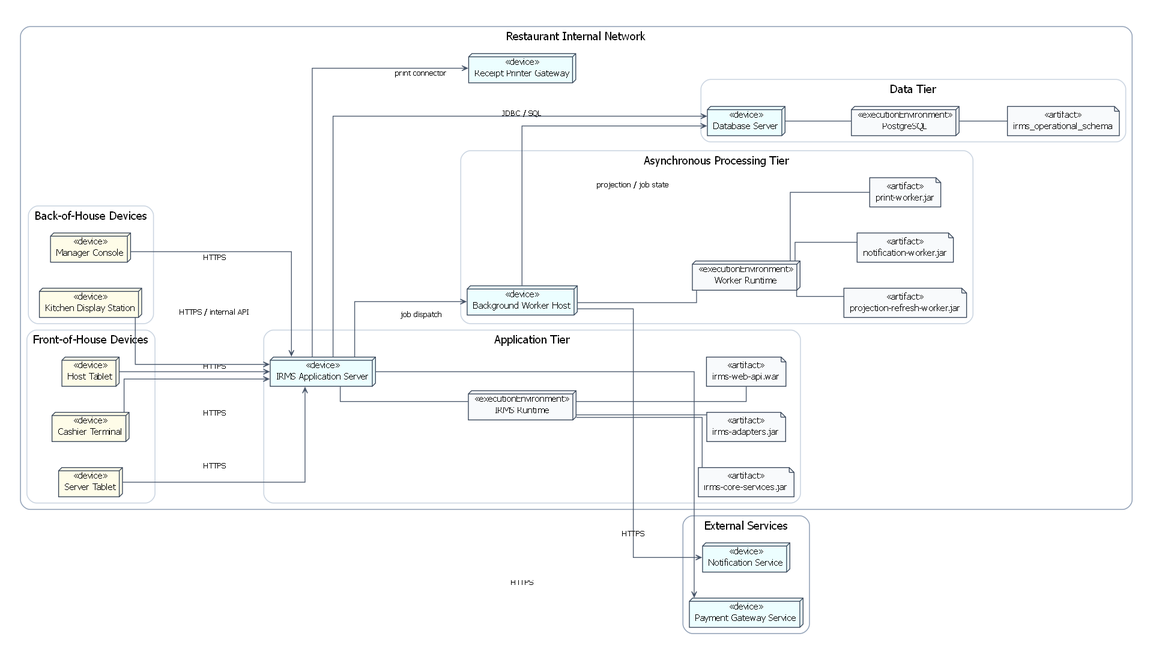
Above: assets/diagrams/rendered/architecture/15_deployment_diagram_physical_deployment.png in lehoangluan1/SA_IRMS (Graphviz), before the change. Its source is kept beside it as assets/diagrams/source/architecture/15_deployment_diagram_physical_deployment.dot.
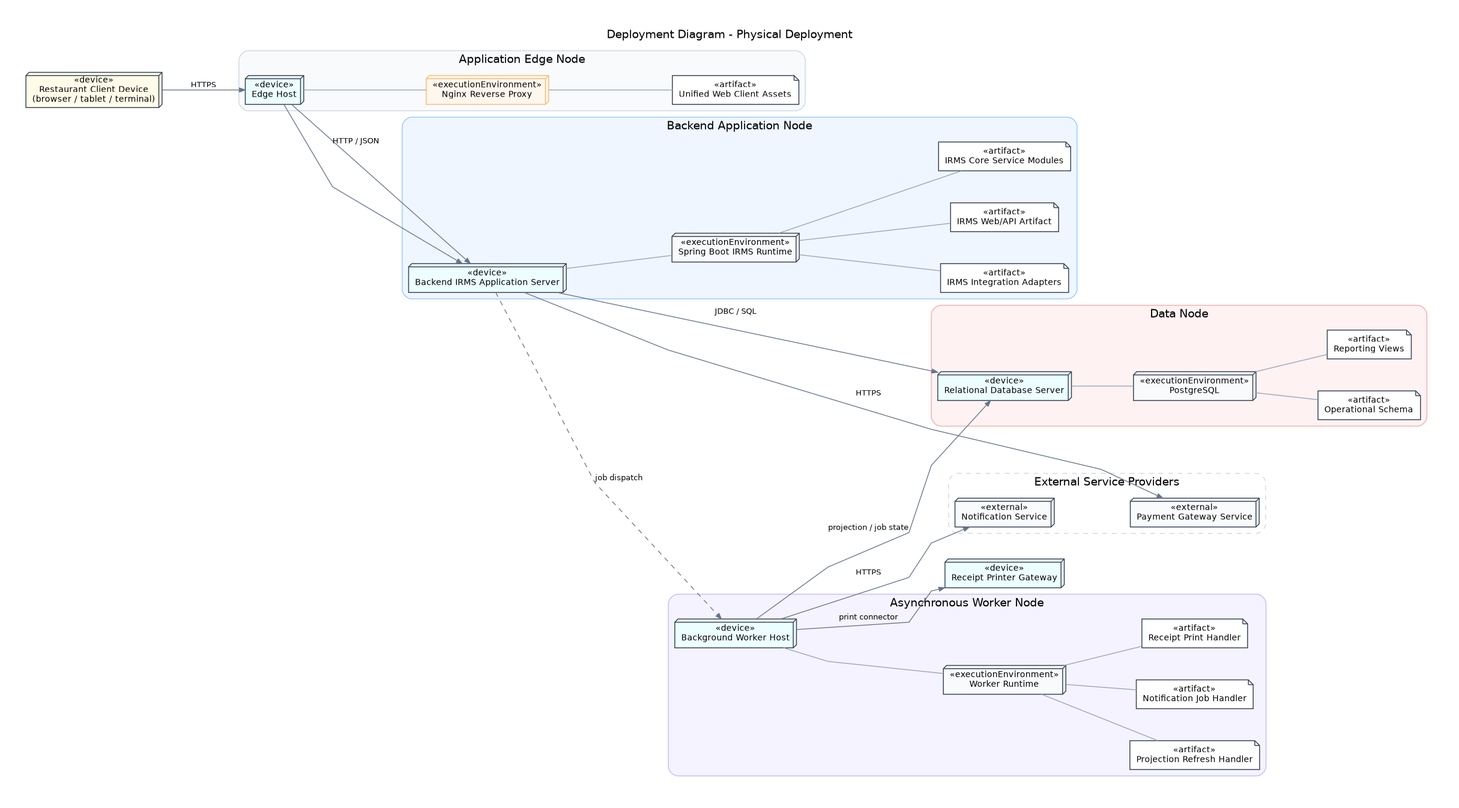
The same file after the commit.

What changed in the source:
```diff
@@ -1,94 +1,124 @@
 digraph G {
-  rankdir=LR;
+  graph [
+    rankdir=LR,
+    compound=true,
+    newrank=true,
+    bgcolor="white",
+    pad=0.45,
+    nodesep=0.55,
+    ranksep=1.0,
+    splines=polyline,
+    fontname="DejaVu Sans",
+    labelloc="t",
+    label="Deployment Diagram - Physical Deployment"
+  ];
 
-  graph [bgcolor="white", pad=0.35, nodesep=0.45, ranksep=0.7, splines=ortho, fontname="DejaVu Sans"];
-  node [fontname="DejaVu Sans", fontsize=11, color="#334155"];
-  edge [fontname="DejaVu Sans", fontsize=10, color="#475569", arrowsize=0.7];
+  node [fontname="DejaVu Sans", fontsize=10.8, color="#334155", penwidth=1.1, style="filled"];
+  edge [fontname="DejaVu Sans", fontsize=9.6, color="#64748B", penwidth=1.0, arrowsize=0.72];
 
-  node [shape=box3d, style="filled", fillcolor="#ECFEFF", fontname="DejaVu Sans", fontsize=11, color="#334155"];
-  subgraph cluster_internal {
-    label="Restaurant Internal Network"; labelloc=t; fontsize=14; style="rounded"; color="#94A3B8"; penwidth=1.2;
-    subgraph cluster_foh {
-      label="Front-of-House Devices"; color="#CBD5E1"; style="rounded";
-      "Host_Tablet" [label="«device»
-Host Tablet", fillcolor="#FEFCE8"];
-      "Server_Tablet" [label="«device»
-Server Tablet", fillcolor="#FEFCE8"];
-      "Cashier_Terminal" [label="«device»
-Cashier Terminal", fillcolor="#FEFCE8"];
-    }
-    subgraph cluster_boh {
-      label="Back-of-House Devices"; color="#CBD5E1"; style="rounded";
-      "Kitchen_Display_Station" [label="«device»
-Kitchen Display Station", fillcolor="#FEFCE8"];
-      "Manager_Console" [label="«device»
-Manager Console", fillcolor="#FEFCE8"];
-    }
-    subgraph cluster_app_server {
-      label="Application Tier"; color="#CBD5E1"; style="rounded";
-      "APP" [label="«device»
-IRMS Application Server"];
-      "APP_RUNTIME" [label="«executionEnvironment»
-IRMS Runtime", fillcolor="#F8FAFC"];
-      "ART_WEB" [label="«artifact»
-irms-web-api.war", shape=note, fillcolor="#F8FAFC"];
-      "ART_CORE" [label="«artifact»
-irms-core-services.jar", shape=note, fillcolor="#F8FAFC"];
-      "ART_ADAPTERS" [label="«artifact»
-irms-adapters.jar", shape=note, fillcolor="#F8FAFC"];
-      "APP" -> "APP_RUNTIME" [arrowhead=none];
-      "APP_RUNTIME" -> "ART_WEB" [arrowhead=none];
-      "APP_RUNTIME" -> "ART_CORE" [arrowhead=none];
-      "APP_RUNTIME" -> "ART_ADAPTERS" [arrowhead=none];
-    }
-    subgraph cluster_worker {
-      label="Asynchronous Processing Tier"; color="#CBD5E1"; style="rounded";
-      "WORKER" [label="«device»
+  browser [shape=box3d, fillcolor="#FEFCE8", label="«device»
+Restaurant Client Device
+(browser / tablet / terminal)"];
+
+  subgraph cluster_edge {
+    label="Application Edge Node";
+    color="#CBD5E1";
+    style="rounded,filled";
+    fillcolor="#F8FAFC";
+    edgehost [shape=box3d, fillcolor="#ECFEFF", label="«device»
+Edge Host"];
+    nginx [shape=box3d, fillcolor="#FFF7ED", color="#FDBA74", label="«executionEnvironment»
+Nginx Reverse Proxy"];
+    ui    [shape=note, fillcolor="#FFFFFF", label="«artifact»
+Unified Web Client Assets"];
+    edgehost -> nginx [arrowhead=none, color="#94A3B8"];
+    nginx -> ui [arrowhead=none, color="#94A3B8"];
+  }
+
+  subgraph cluster_appserver {
+    label="Backend Application Node";
+    color="#93C5FD";
+    style="rounded,filled";
+    fillcolor="#EFF6FF";
+    apphost [shape=box3d, fillcolor="#ECFEFF", label="«device»
+Backend IRMS Application Server"];
+    apprt [shape=box3d, fillcolor="#F8FAFC", label="«executionEnvironment»
+Spring Boot IRMS Runtime"];
+    api   [shape=note, fillcolor="#FFFFFF", label="«artifact»
+IRMS Web/API Artifact"];
+    core  [shape=note, fillcolor="#FFFFFF", label="«artifact»
+IRMS Core Service Modules"];
+    adapt [shape=note, fillcolor="#FFFFFF", label="«artifact»
+IRMS Integration Adapters"];
+    apphost -> apprt [arrowhead=none, color="#94A3B8"];
+    apprt -> api [arrowhead=none, color="#94A3B8"];
+    apprt -> core [arrowhead=none, color="#94A3B8"];
+    apprt -> adapt [arrowhead=none, color="#94A3B8"];
+  }
+
+  subgraph cluster_worker {
+    label="Asynchronous Worker Node";
+    color="#C4B5FD";
+    style="rounded,filled";
+    fillcolor="#F5F3FF";
+    workerh [shape=box3d, fillcolor="#ECFEFF", label="«device»
 Background Worker Host"];
-      "WORKER_RUNTIME" [label="«executionEnvironment»
-Worker Runtime", fillcolor="#F8FAFC"];
-      "ART_NOTIFY" [label="«artifact»
-notification-worker.jar", shape=note, fillcolor="#F8FAFC"];
-      "ART_PRINT" [label="«artifact»
-print-worker.jar", shape=note, fillcolor="#F8FAFC"];
-      "ART_PROJ" [label="«artifact»
-projection-refresh-worker.jar", shape=note, fillcolor="#F8FAFC"];
-      "WORKER" -> "WORKER_RUNTIME" [arrowhead=none];
-      "WORKER_RUNTIME" -> "ART_NOTIFY" [arrowhead=none];
-      "WORKER_RUNTIME" -> "ART_PRINT" [arrowhead=none];
-      "WORKER_RUNTIME" -> "ART_PROJ" [arrowhead=none];
-    }
-    subgraph cluster_db {
-      label="Data Tier"; color="#CBD5E1"; style="rounded";
-      "DB_SERVER" [label="«device»
-Database Server"];
-      "DBMS" [label="«executionEnvironment»
-PostgreSQL", fillcolor="#F8FAFC"];
-      "SCHEMA" [label="«artifact»
-irms_operational_schema", shape=note, fillcolor="#F8FAFC"];
-      "DB_SERVER" -> "DBMS" [arrowhead=none];
-      "DBMS" -> "SCHEMA" [arrowhead=none];
-    }
-    "PRN" [label="«device»
+    workrt [shape=box3d, fillcolor="#F8FAFC", label="«executionEnvironment»
+Worker Runtime"];
+    jobs1  [shape=note, fillcolor="#FFFFFF", label="«artifact»
+Notification Job Handler"];
+    jobs2  [shape=note, fillcolor="#FFFFFF", label="«artifact»
+Receipt Print Handler"];
+    jobs3  [shape=note, fillcolor="#FFFFFF", label="«artifact»
+Projection Refresh Handler"];
+    workerh -> workrt [arrowhead=none, color="#94A3B8"];
+    workrt -> jobs1 [arrowhead=none, color="#94A3B8"];
+    workrt -> jobs2 [arrowhead=none, color="#94A3B8"];
+    workrt -> jobs3 [arrowhead=none, color="#94A3B8"];
+  }
+
+  subgraph cluster_db {
+    label="Data Node";
+    color="#FCA5A5";
+    style="rounded,filled";
+    fillcolor="#FEF2F2";
+    dbhost [shape=box3d, fillcolor="#ECFEFF", label="«device»
+Relational Database Server"];
+    pg [shape=box3d, fillcolor="#F8FAFC", label="«executionEnvironment»
+PostgreSQL"];
+    schema1 [shape=note, fillcolor="#FFFFFF", label="«artifact»
+Operational Schema"];
+    schema2 [shape=note, fillcolor="#FFFFFF", label="«artifact»
+Reporting Views"];
+    dbhost -> pg [arrowhead=none, color="#94A3B8"];
+    pg -> schema1 [arrowhead=none, color="#94A3B8"];
+    pg -> schema2 [arrowhead=none, color="#94A3B8"];
+  }
+
+  printer [shape=box3d, fillcolor="#ECFEFF", label="«device»
 Receipt Printer Gateway"];
-  }
+
   subgraph cluster_external {
-    label="External Services"; color="#94A3B8"; style="rounded"; penwidth=1.2;
-    "PG" [label="«device»
+    label="External Service Providers";
+    color="#CBD5E1";
+    style="rounded,dashed";
+    pay [shape=box3d, fillcolor="#F8FAFC", label="«external»
 Payment Gateway Service"];
-    "NS" [label="«device»
+    ns  [shape=box3d, fillcolor="#F8FAFC", label="«external»
 Notification Service"];
   }
-  edge [arrowhead=open];
-  "Host_Tablet" -> "APP" [label="HTTPS"];
-  "Server_Tablet" -> "APP" [label="HTTPS"];
-  "Cashier_Terminal" -> "APP" [label="HTTPS"];
-  "Kitchen_Display_Station" -> "APP" [label="HTTPS / internal API"];
-  "Manager_Console" -> "APP" [label="HTTPS"];
-  "APP" -> "DB_SERVER" [label="JDBC / SQL"];
-  "APP" -> "WORKER" [label="job dispatch"];
-  "WORKER" -> "DB_SERVER" [label="projection / job state"];
-  "APP" -> "PRN" [label="print connector"];
-  "APP" -> "PG" [label="HTTPS"];
-  "WORKER" -> "NS" [label="HTTPS"];
+
+  browser -> edgehost [label="HTTPS"];
+  edgehost -> apphost [label="HTTP / JSON"];
+  apphost -> dbhost [label="JDBC / SQL"];
+  apphost -> workerh [style=dashed, label="job dispatch"];
+  workerh -> dbhost [label="projection / job state"];
+  apphost -> pay [label="HTTPS"];
+  workerh -> ns [label="HTTPS"];
+  workerh -> printer [label="print connector"];
+
+  edgehost -> apphost [weight=8];
+  apphost -> workerh [style=invis, weight=8];
+  workerh -> dbhost [style=invis, weight=8];
+  dbhost -> pay [style=invis, weight=8];
 }
```
